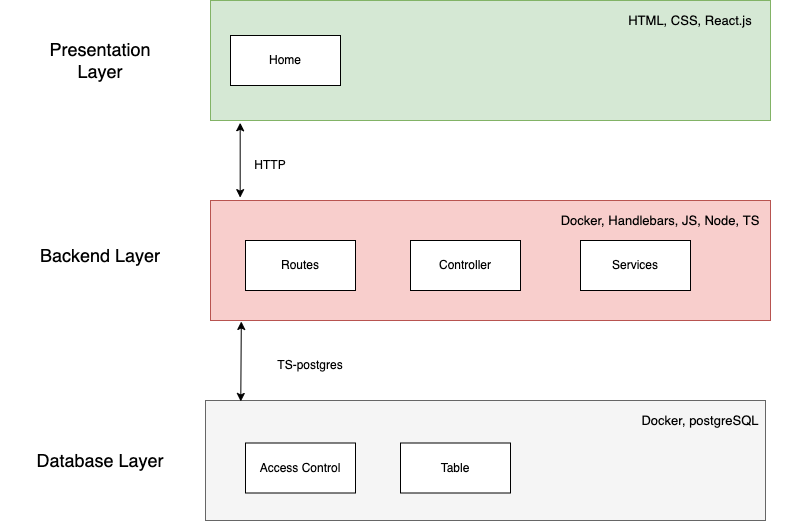
Before: images/layer-architecture.png, a diagram exported from draw.io (lvonnied/Dsy_ChallengeTask). Source tidied: cells renumbered, new cells last; positions are measured from the earlier drawing's top-left corner, leaving out a move shared by most shapes.
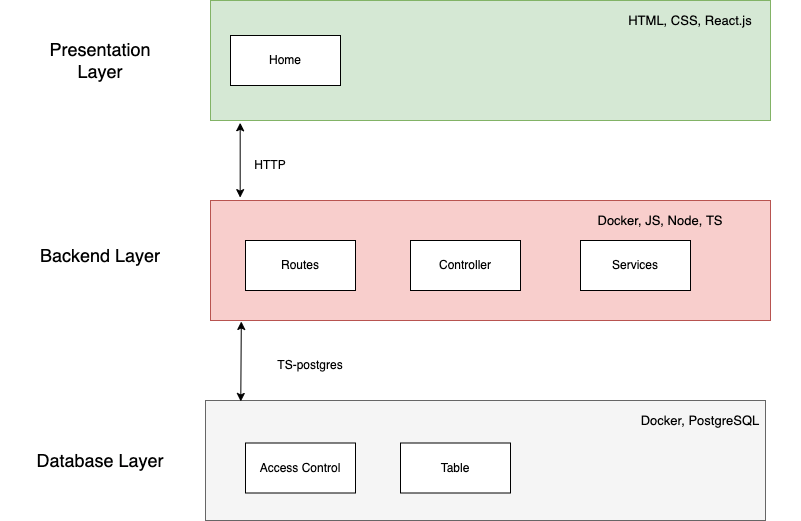
After the commit.

What changed in the source:
```diff
@@ -17,7 +17,7 @@
     <mxCell id="6" value="HTTP" style="text;html=1;strokeColor=none;fillColor=none;align=center;verticalAlign=middle;whiteSpace=wrap;rounded=0;" parent="1" vertex="1">
       <mxGeometry x="240" y="150" width="60" height="30" as="geometry" />
     </mxCell>
-    <mxCell id="7" value="&lt;font style=&quot;font-size: 13px&quot;&gt;Docker, Handlebars, JS, Node, TS&lt;/font&gt;" style="text;html=1;strokeColor=none;fillColor=none;align=center;verticalAlign=middle;whiteSpace=wrap;rounded=0;" parent="1" vertex="1">
+    <mxCell id="7" value="&lt;font style=&quot;font-size: 13px&quot;&gt;Docker, JS, Node, TS&lt;/font&gt;" style="text;html=1;strokeColor=none;fillColor=none;align=center;verticalAlign=middle;whiteSpace=wrap;rounded=0;" parent="1" vertex="1">
       <mxGeometry x="550" y="200" width="220" height="40" as="geometry" />
     </mxCell>
     <mxCell id="8" value="&lt;font style=&quot;font-size: 18px&quot;&gt;Backend Layer&lt;/font&gt;" style="text;html=1;strokeColor=none;fillColor=none;align=center;verticalAlign=middle;whiteSpace=wrap;rounded=0;fontSize=13;" parent="1" vertex="1">
@@ -50,7 +50,7 @@
     <mxCell id="17" value="Table" style="rounded=0;whiteSpace=wrap;html=1;" parent="1" vertex="1">
       <mxGeometry x="400" y="442.5" width="110" height="50" as="geometry" />
     </mxCell>
-    <mxCell id="18" value="&lt;font style=&quot;font-size: 13px&quot;&gt;Docker, postgreSQL&lt;/font&gt;" style="text;html=1;strokeColor=none;fillColor=none;align=center;verticalAlign=middle;whiteSpace=wrap;rounded=0;" parent="1" vertex="1">
+    <mxCell id="18" value="&lt;font style=&quot;font-size: 13px&quot;&gt;Docker, PostgreSQL&lt;/font&gt;" style="text;html=1;strokeColor=none;fillColor=none;align=center;verticalAlign=middle;whiteSpace=wrap;rounded=0;" parent="1" vertex="1">
       <mxGeometry x="600" y="400" width="200" height="40" as="geometry" />
     </mxCell>
     <mxCell id="19" value="&lt;span style=&quot;font-size: 13px&quot;&gt;HTML, CSS, React.js&lt;/span&gt;" style="text;html=1;strokeColor=none;fillColor=none;align=center;verticalAlign=middle;whiteSpace=wrap;rounded=0;" parent="1" vertex="1">
```
